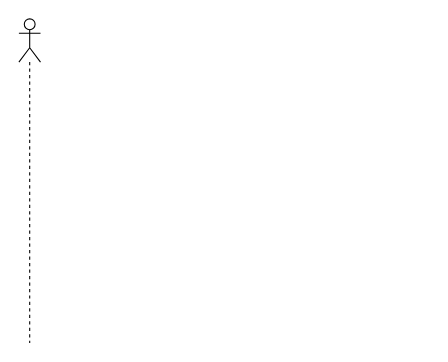
The draw.io diagram page "Page-2" (2 of 2) of Workshop4.drawio in antonykimuom/SWEN30006-2025-SM1-workshop1-tuew05-14-00-team-12, before the edit. Source tidied: cells renumbered, new cells numbered last; positions are measured from the earlier drawing's top-left corner, leaving out a move shared by most shapes. Both pictures are drawn from the tidied source at 108%, with x=0, y=0 at pixel (18, 18).
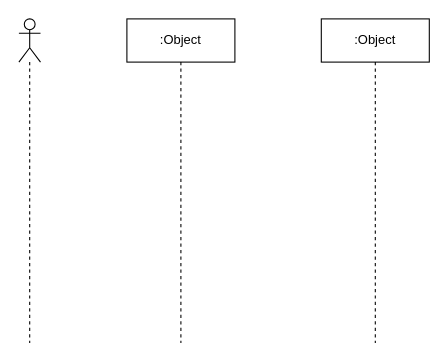
After the change.

What changed in the source:
```diff
@@
 <mxGraphModel>
   <root>
     <mxCell id="0" />
     <mxCell id="1" parent="0" />
     <mxCell id="2" style="shape=umlLifeline;perimeter=lifelinePerimeter;whiteSpace=wrap;html=1;newEdgeStyle={&quot;curved&quot;:0,&quot;rounded&quot;:0};participant=umlActor;" parent="1" vertex="1">
       <mxGeometry width="20" height="300" as="geometry" />
     </mxCell>
+    <mxCell id="3" value=":Object" style="shape=umlLifeline;perimeter=lifelinePerimeter;whiteSpace=wrap;html=1;newEdgeStyle={&quot;curved&quot;:0,&quot;rounded&quot;:0};" parent="1" vertex="1">
+      <mxGeometry x="280" width="100" height="300" as="geometry" />
+    </mxCell>
+    <mxCell id="4" value=":Object" style="shape=umlLifeline;perimeter=lifelinePerimeter;whiteSpace=wrap;html=1;newEdgeStyle={&quot;curved&quot;:0,&quot;rounded&quot;:0};" parent="1" vertex="1">
+      <mxGeometry x="100" width="100" height="300" as="geometry" />
+    </mxCell>
   </root>
 </mxGraphModel>
```
